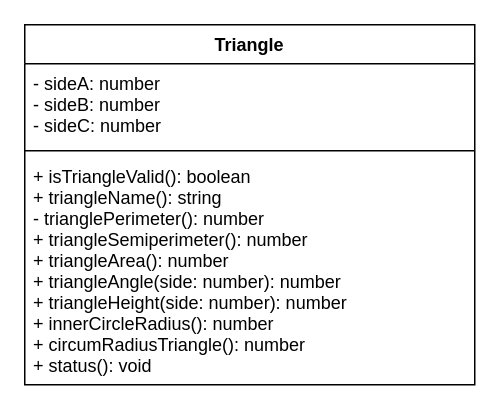
Earlier version of the draw.io diagram Drawio/ClassDiagram.drawio (JacksonNaufal/ics4u-assignment-3-typescript). Source tidied: cells renumbered, new cells numbered last; positions are measured from the earlier drawing's top-left corner, leaving out a move shared by most shapes. Both pictures are drawn from the tidied source at 150%, with x=0, y=0 at pixel (24, 24).
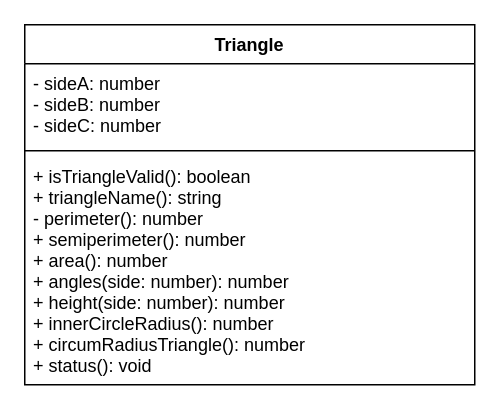
The same page after the edit.

Diff of the diagram source:
```diff
@@
 <mxGraphModel>
   <root>
     <mxCell id="0" />
     <mxCell id="1" parent="0" />
     <mxCell id="2" value="Triangle" style="swimlane;fontStyle=1;align=center;verticalAlign=top;horizontal=1;startSize=26;" parent="1" vertex="1">
       <mxGeometry width="300" height="240" as="geometry" />
     </mxCell>
     <mxCell id="3" value="- sideA: number&#10;- sideB: number&#10;- sideC: number" style="text;strokeColor=none;fillColor=none;align=left;verticalAlign=top;spacingLeft=4;spacingRight=4;overflow=hidden;" parent="2" vertex="1">
       <mxGeometry y="26" width="300" height="54" as="geometry" />
     </mxCell>
     <mxCell id="4" style="line;strokeWidth=1;fillColor=none;align=left;verticalAlign=middle;spacingTop=-1;spacingLeft=3;spacingRight=3;labelPosition=right;" parent="2" vertex="1">
       <mxGeometry y="80" width="300" height="8" as="geometry" />
     </mxCell>
-    <mxCell id="5" value="+ isTriangleValid(): boolean&#10;+ triangleName(): string&#10;- trianglePerimeter(): number&#10;+ triangleSemiperimeter(): number&#10;+ triangleArea(): number&#10;+ triangleAngle(side: number): number&#10;+ triangleHeight(side: number): number&#10;+ innerCircleRadius(): number&#10;+ circumRadiusTriangle(): number&#10;+ status(): void" style="text;strokeColor=none;fillColor=none;align=left;verticalAlign=top;spacingLeft=4;spacingRight=4;overflow=hidden;" parent="2" vertex="1">
+    <mxCell id="5" value="+ isTriangleValid(): boolean&#10;+ triangleName(): string&#10;- perimeter(): number&#10;+ semiperimeter(): number&#10;+ area(): number&#10;+ angles(side: number): number&#10;+ height(side: number): number&#10;+ innerCircleRadius(): number&#10;+ circumRadiusTriangle(): number&#10;+ status(): void" style="text;strokeColor=none;fillColor=none;align=left;verticalAlign=top;spacingLeft=4;spacingRight=4;overflow=hidden;" parent="2" vertex="1">
       <mxGeometry y="88" width="300" height="152" as="geometry" />
     </mxCell>
   </root>
 </mxGraphModel>
```
